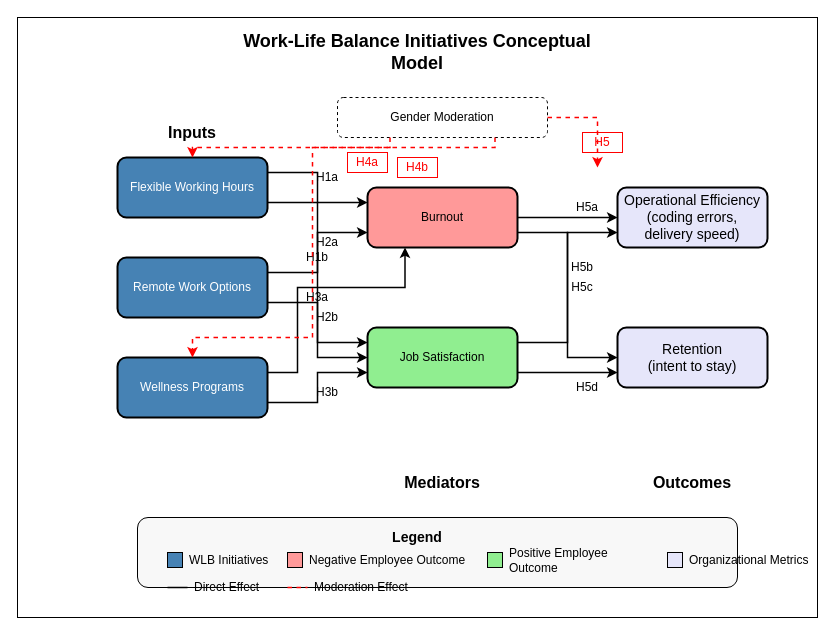
This is WLB2-1.drawio from vinayak-k24/DrawIO, a draw.io file, before an edit. Source tidied: cells renumbered, new cells numbered last; positions are measured from the earlier drawing's top-left corner, leaving out a move shared by most shapes. Both pictures are drawn from the tidied source at 100%, with x=0, y=0 at pixel (17, 17).
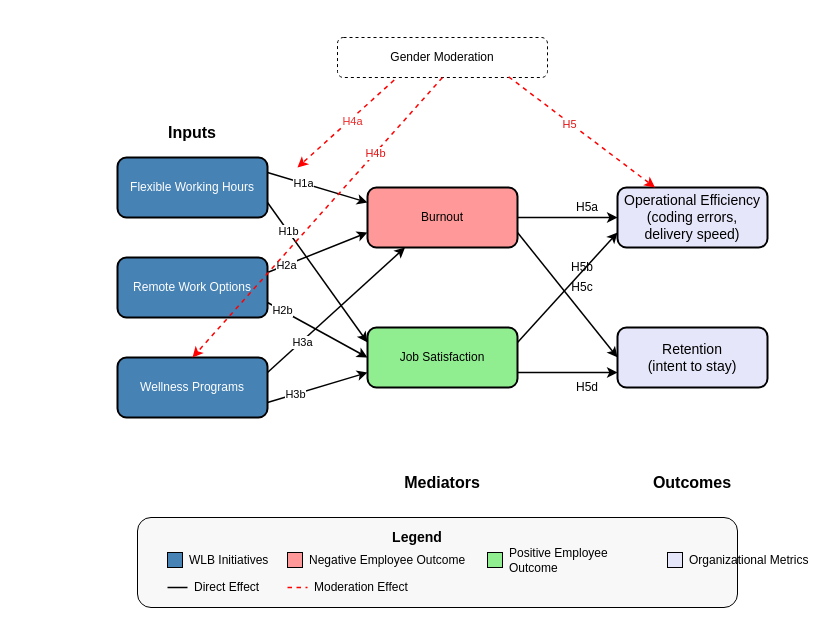
The same diagram, later.

The change refers to these unchanged cells:
```xml
<mxCell id="4" value="Flexible Working Hours" style="rounded=1;whiteSpace=wrap;html=1;fillColor=#4682B4;strokeColor=#000000;strokeWidth=2;fontColor=#FFFFFF;" parent="1" vertex="1">
  <mxGeometry x="100" y="140" width="150" height="60" as="geometry" />
</mxCell>
<mxCell id="5" value="Remote Work Options" style="rounded=1;whiteSpace=wrap;html=1;fillColor=#4682B4;strokeColor=#000000;strokeWidth=2;fontColor=#FFFFFF;" parent="1" vertex="1">
  <mxGeometry x="100" y="240" width="150" height="60" as="geometry" />
</mxCell>
<mxCell id="6" value="Wellness Programs" style="rounded=1;whiteSpace=wrap;html=1;fillColor=#4682B4;strokeColor=#000000;strokeWidth=2;fontColor=#FFFFFF;" parent="1" vertex="1">
  <mxGeometry x="100" y="340" width="150" height="60" as="geometry" />
</mxCell>
<mxCell id="7" value="Burnout" style="rounded=1;whiteSpace=wrap;html=1;fillColor=#FF9999;strokeColor=#000000;strokeWidth=2;" parent="1" vertex="1">
  <mxGeometry x="350" y="170" width="150" height="60" as="geometry" />
</mxCell>
<mxCell id="8" value="Job Satisfaction" style="rounded=1;whiteSpace=wrap;html=1;fillColor=#90EE90;strokeColor=#000000;strokeWidth=2;" parent="1" vertex="1">
  <mxGeometry x="350" y="310" width="150" height="60" as="geometry" />
</mxCell>
<mxCell id="9" value="Operational Efficiency&#10;(coding errors, delivery speed)" style="rounded=1;whiteSpace=wrap;html=1;fillColor=#E6E6FA;strokeColor=#000000;strokeWidth=2;fontSize=14;spacingTop=0;spacing=5;verticalAlign=middle;" parent="1" vertex="1">
  <mxGeometry x="600" y="170" width="150" height="60" as="geometry" />
</mxCell>
<mxCell id="10" value="Retention&#10;(intent to stay)" style="rounded=1;whiteSpace=wrap;html=1;fillColor=#E6E6FA;strokeColor=#000000;strokeWidth=2;fontSize=14;spacingTop=0;spacing=5;verticalAlign=middle;" parent="1" vertex="1">
  <mxGeometry x="600" y="310" width="150" height="60" as="geometry" />
</mxCell>
```

Diff of the diagram source:
```diff
@@
-    <mxCell id="2" style="rounded=0;whiteSpace=wrap;html=1;fillColor=#FFFFFF;" parent="1" vertex="1">
-      <mxGeometry width="800" height="600" as="geometry" />
-    </mxCell>
-    <mxCell id="3" value="Work-Life Balance Initiatives Conceptual Model" style="text;html=1;strokeColor=none;fillColor=none;align=center;verticalAlign=middle;whiteSpace=wrap;rounded=0;fontSize=18;fontStyle=1;" parent="1" vertex="1">
-      <mxGeometry x="200" y="20" width="400" height="30" as="geometry" />
-    </mxCell>
@@
     <mxCell id="11" value="Gender Moderation" style="rounded=1;whiteSpace=wrap;html=1;fillColor=none;strokeColor=#000000;strokeWidth=1;dashed=1;" parent="1" vertex="1">
-      <mxGeometry x="320" y="80" width="210" height="40" as="geometry" />
+      <mxGeometry x="320" y="20" width="210" height="40" as="geometry" />
     </mxCell>
@@
     <mxCell id="15" style="rounded=1;whiteSpace=wrap;html=1;fillColor=#F8F8F8;strokeColor=#000000;strokeWidth=1;" parent="1" vertex="1">
-      <mxGeometry x="120" y="500" width="600" height="70" as="geometry" />
+      <mxGeometry x="120" y="500" width="600" height="90" as="geometry" />
     </mxCell>
@@
-    <mxCell id="29" style="edgeStyle=orthogonalEdgeStyle;rounded=0;jettySize=auto;html=1;exitX=1;exitY=0.25;exitDx=0;exitDy=0;entryX=0;entryY=0.25;entryDx=0;entryDy=0;strokeWidth=1.5;" parent="1" edge="1" source="4" target="7">
+    <mxCell id="29" style="rounded=0;jettySize=auto;html=1;exitX=1;exitY=0.25;exitDx=0;exitDy=0;entryX=0;entryY=0.25;entryDx=0;entryDy=0;strokeWidth=1.5;" parent="1" edge="1" source="4" target="7">
       <mxGeometry relative="1" as="geometry" />
     </mxCell>
-    <mxCell id="30" value="H1a" style="text;html=1;strokeColor=none;fillColor=none;align=center;verticalAlign=middle;whiteSpace=wrap;rounded=0;fontSize=12;" parent="1" vertex="1">
-      <mxGeometry x="290" y="150" width="40" height="20" as="geometry" />
+    <mxCell id="30" value="H1a" style="edgeLabel;html=1;align=center;verticalAlign=middle;" parent="29" vertex="1">
+      <mxGeometry x="-0.29" relative="1" as="geometry" />
     </mxCell>
-    <mxCell id="31" style="edgeStyle=orthogonalEdgeStyle;rounded=0;jettySize=auto;html=1;exitX=1;exitY=0.75;exitDx=0;exitDy=0;entryX=0;entryY=0.25;entryDx=0;entryDy=0;strokeWidth=1.5;" parent="1" edge="1" source="4" target="8">
-      <mxGeometry relative="1" as="geometry">
-        <Array as="points">
-          <mxPoint x="300" y="185" />
-          <mxPoint x="300" y="325" />
-        </Array>
-      </mxGeometry>
+    <mxCell id="31" style="rounded=0;jettySize=auto;html=1;exitX=1;exitY=0.75;exitDx=0;exitDy=0;entryX=0;entryY=0.25;entryDx=0;entryDy=0;strokeWidth=1.5;" parent="1" edge="1" source="4" target="8">
+      <mxGeometry relative="1" as="geometry" />
     </mxCell>
-    <mxCell id="32" value="H1b" style="text;html=1;strokeColor=none;fillColor=none;align=center;verticalAlign=middle;whiteSpace=wrap;rounded=0;fontSize=12;" parent="1" vertex="1">
-      <mxGeometry x="280" y="230" width="40" height="20" as="geometry" />
+    <mxCell id="32" value="H1b" style="edgeLabel;html=1;align=center;verticalAlign=middle;" parent="31" vertex="1">
+      <mxGeometry x="-0.59" relative="1" as="geometry" />
     </mxCell>
-    <mxCell id="33" style="edgeStyle=orthogonalEdgeStyle;rounded=0;jettySize=auto;html=1;exitX=1;exitY=0.25;exitDx=0;exitDy=0;entryX=0;entryY=0.75;entryDx=0;entryDy=0;strokeWidth=1.5;" parent="1" edge="1" source="5" target="7">
-      <mxGeometry relative="1" as="geometry">
-        <Array as="points">
-          <mxPoint x="300" y="255" />
-          <mxPoint x="300" y="215" />
-        </Array>
-      </mxGeometry>
+    <mxCell id="33" style="rounded=0;jettySize=auto;html=1;exitX=1;exitY=0.25;exitDx=0;exitDy=0;entryX=0;entryY=0.75;entryDx=0;entryDy=0;strokeWidth=1.5;" parent="1" edge="1" source="5" target="7">
+      <mxGeometry relative="1" as="geometry" />
     </mxCell>
-    <mxCell id="34" value="H2a" style="text;html=1;strokeColor=none;fillColor=none;align=center;verticalAlign=middle;whiteSpace=wrap;rounded=0;fontSize=12;" parent="1" vertex="1">
-      <mxGeometry x="290" y="215" width="40" height="20" as="geometry" />
+    <mxCell id="34" value="H2a" style="edgeLabel;html=1;align=center;verticalAlign=middle;" parent="33" vertex="1">
+      <mxGeometry x="-0.63" relative="1" as="geometry" />
     </mxCell>
-    <mxCell id="35" style="edgeStyle=orthogonalEdgeStyle;rounded=0;jettySize=auto;html=1;exitX=1;exitY=0.75;exitDx=0;exitDy=0;entryX=0;entryY=0.5;entryDx=0;entryDy=0;strokeWidth=1.5;" parent="1" edge="1" source="5" target="8">
+    <mxCell id="35" style="rounded=0;jettySize=auto;html=1;exitX=1;exitY=0.75;exitDx=0;exitDy=0;entryX=0;entryY=0.5;entryDx=0;entryDy=0;strokeWidth=1.5;" parent="1" edge="1" source="5" target="8">
       <mxGeometry relative="1" as="geometry" />
     </mxCell>
-    <mxCell id="36" value="H2b" style="text;html=1;strokeColor=none;fillColor=none;align=center;verticalAlign=middle;whiteSpace=wrap;rounded=0;fontSize=12;" parent="1" vertex="1">
-      <mxGeometry x="290" y="290" width="40" height="20" as="geometry" />
+    <mxCell id="36" value="H2b" style="edgeLabel;html=1;align=center;verticalAlign=middle;" parent="35" vertex="1">
+      <mxGeometry x="-0.72" relative="1" as="geometry" />
     </mxCell>
-    <mxCell id="37" style="edgeStyle=orthogonalEdgeStyle;rounded=0;jettySize=auto;html=1;exitX=1;exitY=0.25;exitDx=0;exitDy=0;entryX=0.25;entryY=1;entryDx=0;entryDy=0;strokeWidth=1.5;" parent="1" edge="1" source="6" target="7">
-      <mxGeometry relative="1" as="geometry">
-        <Array as="points">
-          <mxPoint x="280" y="355" />
-          <mxPoint x="280" y="270" />
-          <mxPoint x="388" y="270" />
-        </Array>
-      </mxGeometry>
+    <mxCell id="37" style="rounded=0;jettySize=auto;html=1;exitX=1;exitY=0.25;exitDx=0;exitDy=0;entryX=0.25;entryY=1;entryDx=0;entryDy=0;strokeWidth=1.5;" parent="1" edge="1" source="6" target="7">
+      <mxGeometry relative="1" as="geometry" />
     </mxCell>
-    <mxCell id="38" value="H3a" style="text;html=1;strokeColor=none;fillColor=none;align=center;verticalAlign=middle;whiteSpace=wrap;rounded=0;fontSize=12;" parent="1" vertex="1">
-      <mxGeometry x="280" y="270" width="40" height="20" as="geometry" />
+    <mxCell id="38" value="H3a" style="edgeLabel;html=1;align=center;verticalAlign=middle;" parent="37" vertex="1">
+      <mxGeometry x="-0.51" relative="1" as="geometry" />
     </mxCell>
-    <mxCell id="39" style="edgeStyle=orthogonalEdgeStyle;rounded=0;jettySize=auto;html=1;exitX=1;exitY=0.75;exitDx=0;exitDy=0;entryX=0;entryY=0.75;entryDx=0;entryDy=0;strokeWidth=1.5;" parent="1" edge="1" source="6" target="8">
+    <mxCell id="39" style="rounded=0;jettySize=auto;html=1;exitX=1;exitY=0.75;exitDx=0;exitDy=0;entryX=0;entryY=0.75;entryDx=0;entryDy=0;strokeWidth=1.5;" parent="1" edge="1" source="6" target="8">
       <mxGeometry relative="1" as="geometry" />
     </mxCell>
-    <mxCell id="40" value="H3b" style="text;html=1;strokeColor=none;fillColor=none;align=center;verticalAlign=middle;whiteSpace=wrap;rounded=0;fontSize=12;" parent="1" vertex="1">
-      <mxGeometry x="290" y="365" width="40" height="20" as="geometry" />
+    <mxCell id="40" value="H3b" style="edgeLabel;html=1;align=center;verticalAlign=middle;" parent="39" vertex="1">
+      <mxGeometry x="-0.45" relative="1" as="geometry" />
     </mxCell>
-    <mxCell id="41" style="edgeStyle=orthogonalEdgeStyle;rounded=0;jettySize=auto;html=1;exitX=1;exitY=0.5;exitDx=0;exitDy=0;entryX=0;entryY=0.5;entryDx=0;entryDy=0;strokeWidth=1.5;" parent="1" edge="1" source="7" target="9">
+    <mxCell id="41" style="rounded=0;jettySize=auto;html=1;exitX=1;exitY=0.5;exitDx=0;exitDy=0;entryX=0;entryY=0.5;entryDx=0;entryDy=0;strokeWidth=1.5;" parent="1" edge="1" source="7" target="9">
       <mxGeometry relative="1" as="geometry" />
     </mxCell>
@@
-    <mxCell id="43" style="edgeStyle=orthogonalEdgeStyle;rounded=0;jettySize=auto;html=1;exitX=1;exitY=0.75;exitDx=0;exitDy=0;entryX=0;entryY=0.5;entryDx=0;entryDy=0;strokeWidth=1.5;" parent="1" edge="1" source="7" target="10">
-      <mxGeometry relative="1" as="geometry">
-        <Array as="points">
-          <mxPoint x="550" y="215" />
-          <mxPoint x="550" y="340" />
-        </Array>
-      </mxGeometry>
+    <mxCell id="43" style="rounded=0;jettySize=auto;html=1;exitX=1;exitY=0.75;exitDx=0;exitDy=0;entryX=0;entryY=0.5;entryDx=0;entryDy=0;strokeWidth=1.5;" parent="1" edge="1" source="7" target="10">
+      <mxGeometry relative="1" as="geometry" />
     </mxCell>
@@
-    <mxCell id="45" style="edgeStyle=orthogonalEdgeStyle;rounded=0;jettySize=auto;html=1;exitX=1;exitY=0.25;exitDx=0;exitDy=0;entryX=0;entryY=0.75;entryDx=0;entryDy=0;strokeWidth=1.5;" parent="1" edge="1" source="8" target="9">
-      <mxGeometry relative="1" as="geometry">
-        <Array as="points">
-          <mxPoint x="550" y="325" />
-          <mxPoint x="550" y="215" />
-        </Array>
-      </mxGeometry>
+    <mxCell id="45" style="rounded=0;jettySize=auto;html=1;exitX=1;exitY=0.25;exitDx=0;exitDy=0;entryX=0;entryY=0.75;entryDx=0;entryDy=0;strokeWidth=1.5;" parent="1" edge="1" source="8" target="9">
+      <mxGeometry relative="1" as="geometry" />
     </mxCell>
@@
-    <mxCell id="47" style="edgeStyle=orthogonalEdgeStyle;rounded=0;jettySize=auto;html=1;exitX=1;exitY=0.75;exitDx=0;exitDy=0;entryX=0;entryY=0.75;entryDx=0;entryDy=0;strokeWidth=1.5;" parent="1" edge="1" source="8" target="10">
+    <mxCell id="47" style="rounded=0;jettySize=auto;html=1;exitX=1;exitY=0.75;exitDx=0;exitDy=0;entryX=0;entryY=0.75;entryDx=0;entryDy=0;strokeWidth=1.5;" parent="1" edge="1" source="8" target="10">
       <mxGeometry relative="1" as="geometry" />
     </mxCell>
@@
-    <mxCell id="49" style="edgeStyle=orthogonalEdgeStyle;rounded=0;jettySize=auto;html=1;exitX=0.25;exitY=1;exitDx=0;exitDy=0;entryX=0.5;entryY=0;entryDx=0;entryDy=0;strokeWidth=1.5;strokeColor=#FF0000;dashed=1;" parent="1" edge="1" source="11" target="4">
+    <mxCell id="49" style="rounded=0;jettySize=auto;html=1;exitX=0.27;exitY=1.064;exitDx=0;exitDy=0;strokeWidth=1.5;strokeColor=#FF0000;dashed=1;exitPerimeter=0;fontColor=light-dark(#ee2b2b, #ededed);" parent="1" edge="1" source="11">
       <mxGeometry relative="1" as="geometry">
-        <Array as="points">
-          <mxPoint x="373" y="130" />
-          <mxPoint x="175" y="130" />
-        </Array>
+        <mxPoint x="280" y="150" as="targetPoint" />
       </mxGeometry>
     </mxCell>
-    <mxCell id="50" value="H4a" style="text;html=1;strokeColor=#FF0000;fillColor=none;align=center;verticalAlign=middle;whiteSpace=wrap;rounded=0;fontSize=12;fontColor=#FF0000;" parent="1" vertex="1">
-      <mxGeometry x="330" y="135" width="40" height="20" as="geometry" />
+    <mxCell id="50" value="H4a" style="edgeLabel;html=1;align=center;verticalAlign=middle;fontColor=light-dark(#ee2b2b, #ededed);" parent="49" vertex="1">
+      <mxGeometry x="-0.09" y="2" relative="1" as="geometry" />
     </mxCell>
-    <mxCell id="51" style="edgeStyle=orthogonalEdgeStyle;rounded=0;jettySize=auto;html=1;exitX=0.75;exitY=1;exitDx=0;exitDy=0;entryX=0.5;entryY=0;entryDx=0;entryDy=0;strokeWidth=1.5;strokeColor=#FF0000;dashed=1;" parent="1" edge="1" source="11" target="6">
-      <mxGeometry relative="1" as="geometry">
-        <Array as="points">
-          <mxPoint x="478" y="130" />
-          <mxPoint x="295" y="130" />
-          <mxPoint x="295" y="320" />
-          <mxPoint x="175" y="320" />
-        </Array>
-      </mxGeometry>
+    <mxCell id="51" style="rounded=0;jettySize=auto;html=1;exitX=0.5;exitY=1;exitDx=0;exitDy=0;entryX=0.5;entryY=0;entryDx=0;entryDy=0;strokeWidth=1.5;strokeColor=#FF0000;dashed=1;" parent="1" edge="1" source="11" target="6">
+      <mxGeometry relative="1" as="geometry" />
     </mxCell>
-    <mxCell id="52" value="H4b" style="text;html=1;strokeColor=#FF0000;fillColor=none;align=center;verticalAlign=middle;whiteSpace=wrap;rounded=0;fontSize=12;fontColor=#FF0000;" parent="1" vertex="1">
-      <mxGeometry x="380" y="140" width="40" height="20" as="geometry" />
+    <mxCell id="52" value="&lt;font style=&quot;color: rgb(226, 18, 18);&quot;&gt;H4b&lt;/font&gt;" style="edgeLabel;html=1;align=center;verticalAlign=middle;" parent="51" vertex="1">
+      <mxGeometry x="-0.46" relative="1" as="geometry" />
     </mxCell>
-    <mxCell id="53" style="edgeStyle=orthogonalEdgeStyle;rounded=0;jettySize=auto;html=1;exitX=1;exitY=0.5;exitDx=0;exitDy=0;strokeWidth=1.5;strokeColor=#FF0000;dashed=1;" parent="1" edge="1" source="11">
-      <mxGeometry relative="1" as="geometry">
-        <mxPoint x="580" y="150" as="targetPoint" />
-        <Array as="points">
-          <mxPoint x="580" y="100" />
-        </Array>
-      </mxGeometry>
+    <mxCell id="53" style="rounded=0;jettySize=auto;html=1;exitX=0.815;exitY=0.982;exitDx=0;exitDy=0;strokeWidth=1.5;strokeColor=#FF0000;dashed=1;entryX=0.25;entryY=0;entryDx=0;entryDy=0;exitPerimeter=0;" parent="1" edge="1" source="11" target="9">
+      <mxGeometry relative="1" as="geometry" />
     </mxCell>
-    <mxCell id="54" value="H5" style="text;html=1;strokeColor=#FF0000;fillColor=none;align=center;verticalAlign=middle;whiteSpace=wrap;rounded=0;fontSize=12;fontColor=#FF0000;" parent="1" vertex="1">
-      <mxGeometry x="565" y="115" width="40" height="20" as="geometry" />
+    <mxCell id="54" value="&lt;font style=&quot;color: rgb(226, 18, 18);&quot;&gt;H5&lt;/font&gt;" style="edgeLabel;html=1;align=center;verticalAlign=middle;" parent="53" vertex="1">
+      <mxGeometry x="-0.16" y="-1" relative="1" as="geometry" />
     </mxCell>
```
